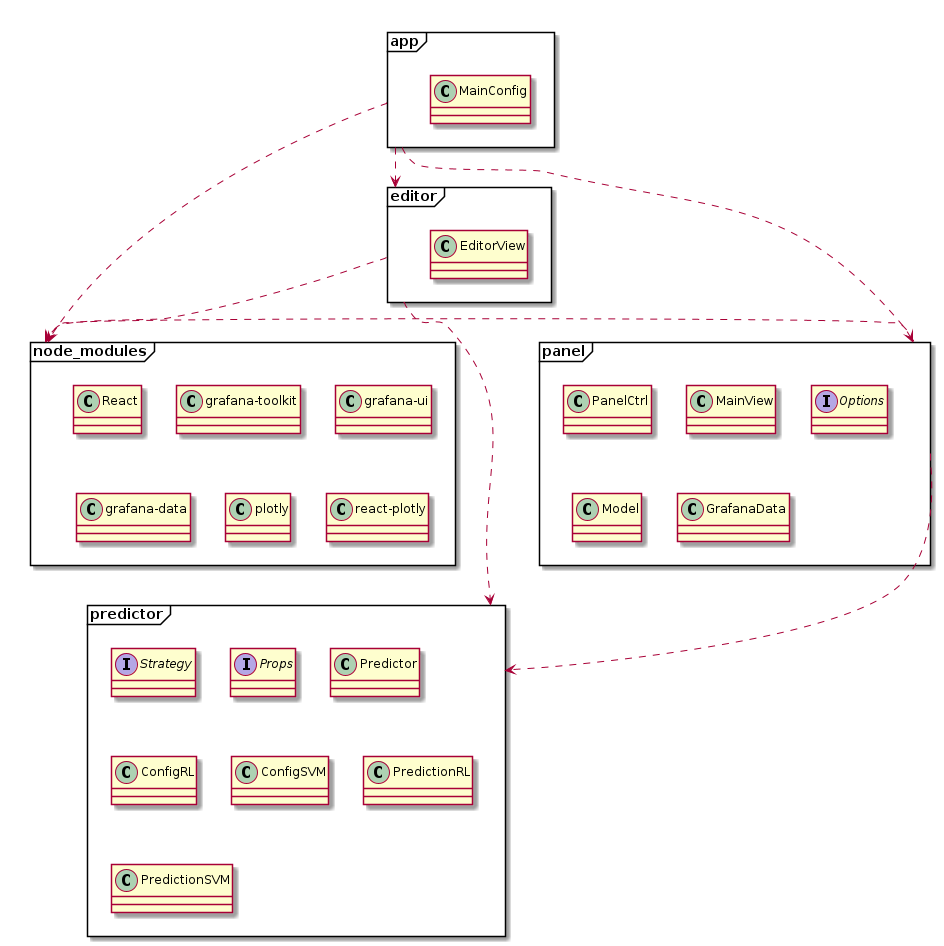
The PlantUML diagram esterni/manuale-sviluppatore/components/img/plugin/packagesDiagramPlug.png in sofiabononi/project-docs, before a commit.
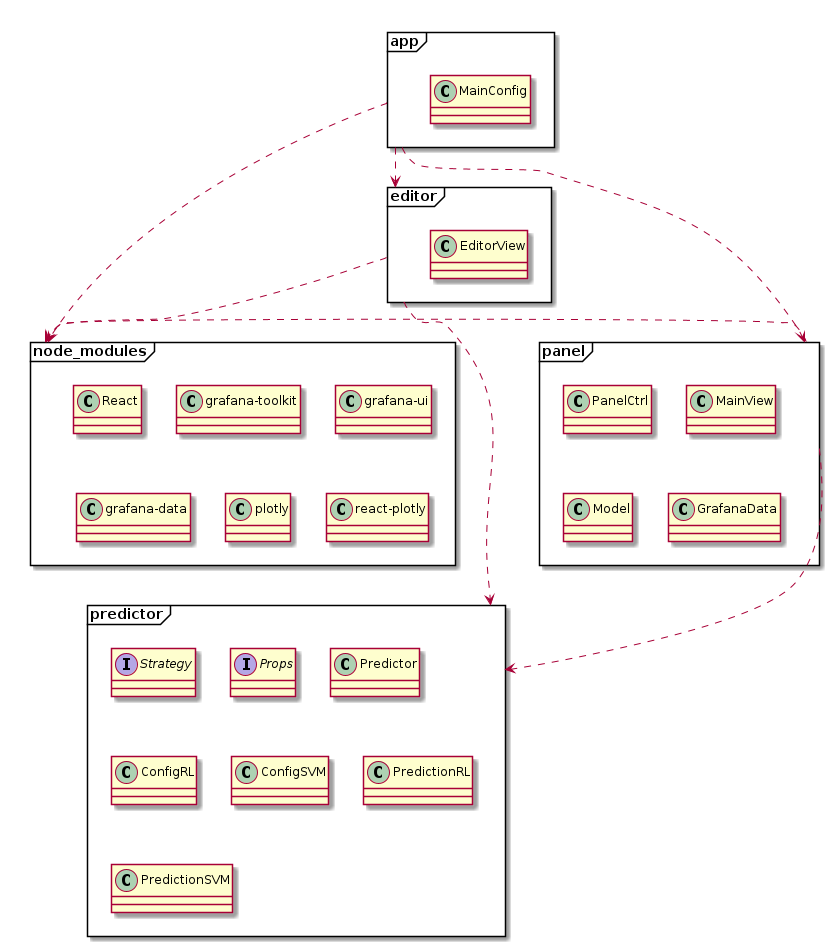
The same file after the commit.

Change to the diagram source:
```diff
@@ -20,7 +20,6 @@
 package panel <<Frame>> {
   class PanelCtrl
   class MainView
-  interface Options
   class Model
   class GrafanaData
 }
```
